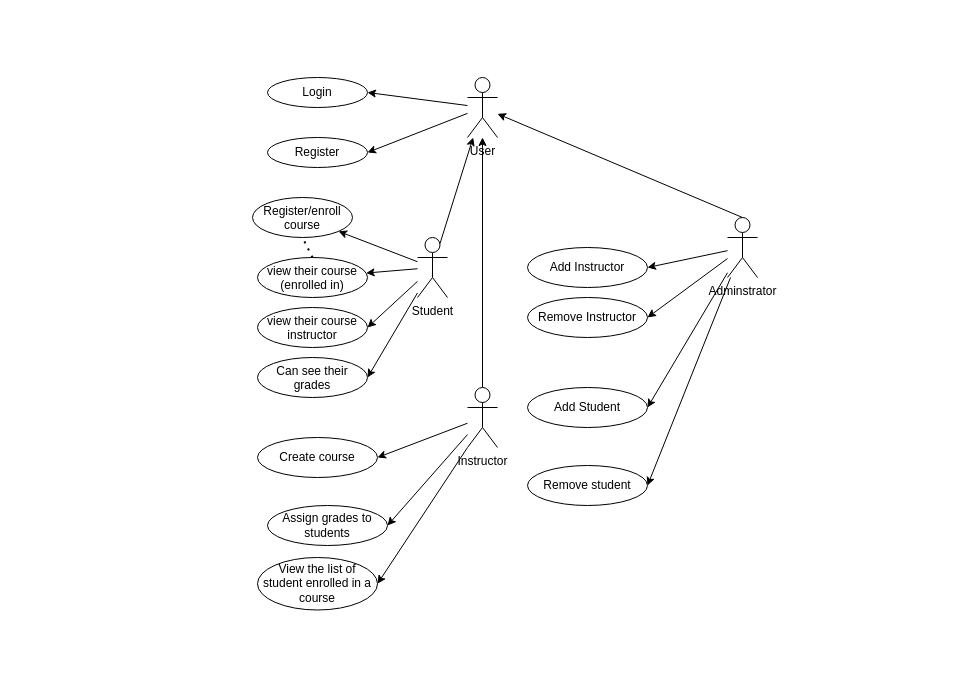
Before: page "Use Case Diagram" (1 of 2) of diagrams_scms.drawio in ifeanyicyriacus/student_course_management_system, a draw.io diagram. Source tidied: cells renumbered, new cells numbered last; positions are measured from the earlier drawing's top-left corner, leaving out a move shared by most shapes. Both pictures are drawn from the tidied source at 100%, with x=0, y=0 at pixel (252, 77).
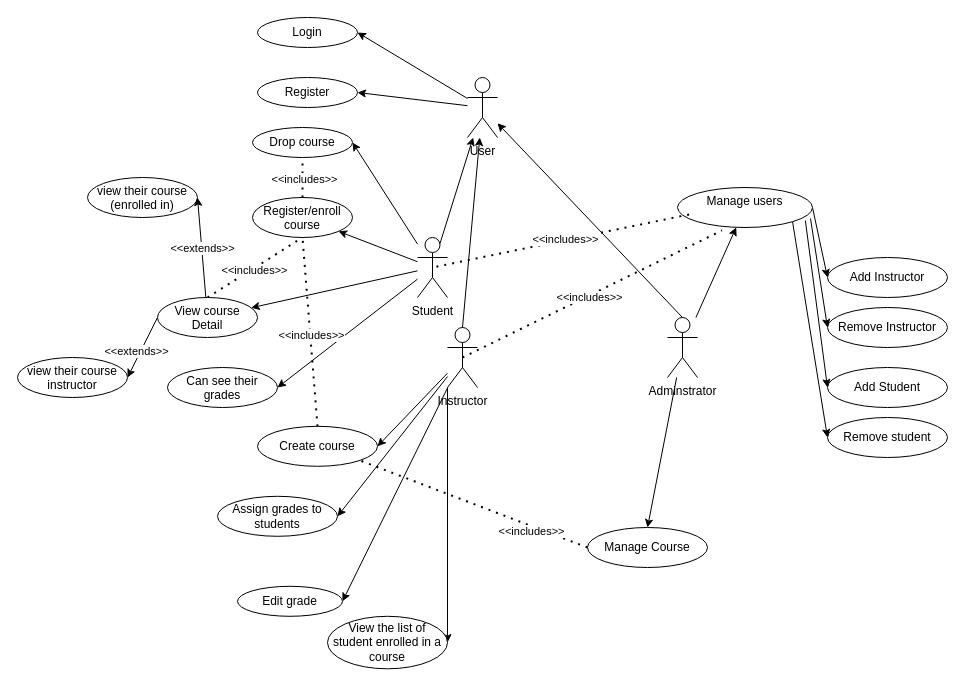
The same page after the edit.

Unchanged cells that the change refers to:
```xml
<mxCell id="12" value="Student" style="shape=umlActor;verticalLabelPosition=bottom;verticalAlign=top;html=1;outlineConnect=0;" parent="1" vertex="1">
  <mxGeometry x="165" y="160" width="30" height="60" as="geometry" />
</mxCell>
<mxCell id="14" value="Register/enroll course" style="ellipse;whiteSpace=wrap;html=1;verticalAlign=top;" parent="1" vertex="1">
  <mxGeometry y="120" width="100" height="40" as="geometry" />
</mxCell>
```

Change to the diagram source:
```diff
@@
+    <mxCell id="36" style="rounded=0;jettySize=auto;html=1;entryX=1;entryY=0.5;entryDx=0;entryDy=0;" parent="1" edge="1" source="6" target="46">
+      <mxGeometry relative="1" as="geometry" />
+    </mxCell>
     <mxCell id="6" value="Instructor" style="shape=umlActor;verticalLabelPosition=bottom;verticalAlign=top;html=1;outlineConnect=0;" parent="1" vertex="1">
-      <mxGeometry x="215" y="310" width="30" height="60" as="geometry" />
+      <mxGeometry x="195" y="250" width="30" height="60" as="geometry" />
     </mxCell>
     <mxCell id="7" value="Login" style="ellipse;whiteSpace=wrap;html=1;" parent="1" vertex="1">
-      <mxGeometry x="15" width="100" height="30" as="geometry" />
+      <mxGeometry x="5" y="-60" width="100" height="30" as="geometry" />
     </mxCell>
     <mxCell id="8" value="Register" style="ellipse;whiteSpace=wrap;html=1;" parent="1" vertex="1">
-      <mxGeometry x="15" y="60" width="100" height="30" as="geometry" />
+      <mxGeometry x="5" width="100" height="30" as="geometry" />
     </mxCell>
@@
-    <mxCell id="11" style="rounded=0;jettySize=auto;html=1;" parent="1" edge="1" source="12" target="15">
-      <mxGeometry relative="1" as="geometry" />
-    </mxCell>
+    <mxCell id="37" style="rounded=0;jettySize=auto;html=1;entryX=1;entryY=0.5;entryDx=0;entryDy=0;" parent="1" edge="1" source="12" target="47">
+      <mxGeometry relative="1" as="geometry" />
+    </mxCell>
@@
     <mxCell id="15" value="view their&lt;span style=&quot;background-color: transparent; color: light-dark(rgb(0, 0, 0), rgb(255, 255, 255));&quot;&gt;&amp;nbsp;course (enrolled in)&lt;/span&gt;" style="ellipse;whiteSpace=wrap;html=1;verticalAlign=top;" parent="1" vertex="1">
-      <mxGeometry x="5" y="180" width="110" height="40" as="geometry" />
+      <mxGeometry x="-165" y="100" width="110" height="40" as="geometry" />
     </mxCell>
-    <mxCell id="16" style="endArrow=none;dashed=1;html=1;dashPattern=1 3;strokeWidth=2;rounded=0;entryX=0.5;entryY=1;entryDx=0;entryDy=0;exitX=0.5;exitY=0;exitDx=0;exitDy=0;" parent="1" edge="1" source="15" target="14">
+    <mxCell id="16" style="endArrow=none;dashed=1;html=1;dashPattern=1 3;strokeWidth=2;rounded=0;entryX=0.5;entryY=1;entryDx=0;entryDy=0;exitX=0.5;exitY=0;exitDx=0;exitDy=0;" parent="1" edge="1" source="45" target="14">
       <mxGeometry relative="1" as="geometry" />
     </mxCell>
+    <mxCell id="38" value="&amp;lt;&amp;lt;includes&amp;gt;&amp;gt;" style="edgeLabel;html=1;align=center;verticalAlign=middle;" parent="16" vertex="1">
+      <mxGeometry x="-0.03" y="-1" relative="1" as="geometry" />
+    </mxCell>
     <mxCell id="17" value="Create course" style="ellipse;whiteSpace=wrap;html=1;" parent="1" vertex="1">
-      <mxGeometry x="5" y="360" width="120" height="40" as="geometry" />
+      <mxGeometry x="5" y="348.8" width="120" height="40" as="geometry" />
     </mxCell>
     <mxCell id="18" value="Assign grades to students" style="ellipse;whiteSpace=wrap;html=1;" parent="1" vertex="1">
-      <mxGeometry x="15" y="428" width="120" height="40" as="geometry" />
+      <mxGeometry x="-35" y="418.8" width="120" height="40" as="geometry" />
     </mxCell>
     <mxCell id="19" value="View the list of student enrolled in a course" style="ellipse;whiteSpace=wrap;html=1;" parent="1" vertex="1">
-      <mxGeometry x="5" y="480" width="120" height="52.5" as="geometry" />
+      <mxGeometry x="75" y="538.8" width="120" height="52.5" as="geometry" />
     </mxCell>
     <mxCell id="20" value="view their&lt;span style=&quot;background-color: transparent; color: light-dark(rgb(0, 0, 0), rgb(255, 255, 255));&quot;&gt;&amp;nbsp;course instructor&lt;/span&gt;" style="ellipse;whiteSpace=wrap;html=1;verticalAlign=top;" parent="1" vertex="1">
-      <mxGeometry x="5" y="230" width="110" height="40" as="geometry" />
+      <mxGeometry x="-235" y="280" width="110" height="40" as="geometry" />
     </mxCell>
@@
-    <mxCell id="22" style="rounded=0;jettySize=auto;html=1;entryX=1;entryY=0.5;entryDx=0;entryDy=0;" parent="1" edge="1" source="12" target="20">
+    <mxCell id="22" style="rounded=0;jettySize=auto;html=1;entryX=1;entryY=0.5;entryDx=0;entryDy=0;exitX=0;exitY=0.5;exitDx=0;exitDy=0;" parent="1" edge="1" source="45" target="20">
       <mxGeometry relative="1" as="geometry" />
     </mxCell>
+    <mxCell id="39" value="&amp;lt;&amp;lt;extends&amp;gt;&amp;gt;" style="edgeLabel;html=1;align=center;verticalAlign=middle;" parent="22" vertex="1">
+      <mxGeometry x="0.2" y="-4" relative="1" as="geometry" />
+    </mxCell>
     <mxCell id="23" value="Can see their grades" style="ellipse;whiteSpace=wrap;html=1;verticalAlign=top;" parent="1" vertex="1">
-      <mxGeometry x="5" y="280" width="110" height="40" as="geometry" />
+      <mxGeometry x="-85" y="290" width="110" height="40" as="geometry" />
     </mxCell>
@@
+    <mxCell id="40" style="rounded=0;jettySize=auto;html=1;entryX=0.5;entryY=0;entryDx=0;entryDy=0;" parent="1" edge="1" source="26" target="48">
+      <mxGeometry relative="1" as="geometry" />
+    </mxCell>
+    <mxCell id="41" style="rounded=0;jettySize=auto;html=1;" parent="1" edge="1" source="26" target="53">
+      <mxGeometry relative="1" as="geometry" />
+    </mxCell>
     <mxCell id="26" value="Adminstrator" style="shape=umlActor;verticalLabelPosition=bottom;verticalAlign=top;html=1;outlineConnect=0;" parent="1" vertex="1">
-      <mxGeometry x="475" y="140" width="30" height="60" as="geometry" />
+      <mxGeometry x="415" y="240" width="30" height="60" as="geometry" />
     </mxCell>
@@
     <mxCell id="28" value="Add Instructor" style="ellipse;whiteSpace=wrap;html=1;" parent="1" vertex="1">
-      <mxGeometry x="275" y="170" width="120" height="40" as="geometry" />
+      <mxGeometry x="575" y="180" width="120" height="40" as="geometry" />
     </mxCell>
     <mxCell id="29" value="Add Student" style="ellipse;whiteSpace=wrap;html=1;" parent="1" vertex="1">
-      <mxGeometry x="275" y="310" width="120" height="40" as="geometry" />
+      <mxGeometry x="575" y="290" width="120" height="40" as="geometry" />
     </mxCell>
     <mxCell id="30" value="Remove Instructor" style="ellipse;whiteSpace=wrap;html=1;" parent="1" vertex="1">
-      <mxGeometry x="275" y="220" width="120" height="40" as="geometry" />
+      <mxGeometry x="575" y="230" width="120" height="40" as="geometry" />
     </mxCell>
     <mxCell id="31" value="Remove student" style="ellipse;whiteSpace=wrap;html=1;" parent="1" vertex="1">
-      <mxGeometry x="275" y="388" width="120" height="40" as="geometry" />
+      <mxGeometry x="575" y="340" width="120" height="40" as="geometry" />
     </mxCell>
-    <mxCell id="32" style="rounded=0;jettySize=auto;html=1;entryX=1;entryY=0.5;entryDx=0;entryDy=0;" parent="1" edge="1" source="26" target="29">
+    <mxCell id="32" style="rounded=0;jettySize=auto;html=1;entryX=0;entryY=0.5;entryDx=0;entryDy=0;exitX=0.947;exitY=0.825;exitDx=0;exitDy=0;exitPerimeter=0;" parent="1" edge="1" source="53" target="29">
       <mxGeometry relative="1" as="geometry" />
     </mxCell>
-    <mxCell id="33" style="rounded=0;jettySize=auto;html=1;entryX=1;entryY=0.5;entryDx=0;entryDy=0;" parent="1" edge="1" source="26" target="30">
+    <mxCell id="33" style="rounded=0;jettySize=auto;html=1;entryX=0;entryY=0.5;entryDx=0;entryDy=0;exitX=0.985;exitY=0.775;exitDx=0;exitDy=0;exitPerimeter=0;" parent="1" edge="1" source="53" target="30">
       <mxGeometry relative="1" as="geometry" />
     </mxCell>
-    <mxCell id="34" style="rounded=0;jettySize=auto;html=1;entryX=1;entryY=0.5;entryDx=0;entryDy=0;" parent="1" edge="1" source="26" target="28">
+    <mxCell id="34" style="rounded=0;jettySize=auto;html=1;entryX=0;entryY=0.5;entryDx=0;entryDy=0;exitX=1;exitY=0.5;exitDx=0;exitDy=0;" parent="1" edge="1" source="53" target="28">
       <mxGeometry relative="1" as="geometry" />
     </mxCell>
-    <mxCell id="35" style="rounded=0;jettySize=auto;html=1;entryX=1;entryY=0.5;entryDx=0;entryDy=0;" parent="1" edge="1" source="26" target="31">
+    <mxCell id="35" style="rounded=0;jettySize=auto;html=1;entryX=0;entryY=0.5;entryDx=0;entryDy=0;exitX=1;exitY=1;exitDx=0;exitDy=0;" parent="1" edge="1" source="53" target="31">
       <mxGeometry relative="1" as="geometry" />
     </mxCell>
+    <mxCell id="42" style="rounded=0;jettySize=auto;html=1;" parent="1" edge="1" source="12" target="45">
+      <mxGeometry relative="1" as="geometry" />
+    </mxCell>
+    <mxCell id="43" style="rounded=0;jettySize=auto;html=1;entryX=1;entryY=0.5;entryDx=0;entryDy=0;" parent="1" edge="1" source="45" target="15">
+      <mxGeometry relative="1" as="geometry" />
+    </mxCell>
+    <mxCell id="44" value="&amp;lt;&amp;lt;extends&amp;gt;&amp;gt;" style="edgeLabel;html=1;align=center;verticalAlign=middle;" parent="43" vertex="1">
+      <mxGeometry x="-0.01" relative="1" as="geometry" />
+    </mxCell>
+    <mxCell id="45" value="View course Detail" style="ellipse;whiteSpace=wrap;html=1;verticalAlign=top;" parent="1" vertex="1">
+      <mxGeometry x="-95" y="220" width="100" height="40" as="geometry" />
+    </mxCell>
+    <mxCell id="46" value="Edit grade" style="ellipse;whiteSpace=wrap;html=1;" parent="1" vertex="1">
+      <mxGeometry x="-15" y="508.8" width="105" height="30" as="geometry" />
+    </mxCell>
+    <mxCell id="47" value="Drop course" style="ellipse;whiteSpace=wrap;html=1;" parent="1" vertex="1">
+      <mxGeometry y="50" width="100" height="30" as="geometry" />
+    </mxCell>
+    <mxCell id="48" value="Manage Course" style="ellipse;whiteSpace=wrap;html=1;" parent="1" vertex="1">
+      <mxGeometry x="335" y="450" width="120" height="40" as="geometry" />
+    </mxCell>
+    <mxCell id="49" style="endArrow=none;dashed=1;html=1;dashPattern=1 3;strokeWidth=2;rounded=0;entryX=0.5;entryY=1;entryDx=0;entryDy=0;" parent="1" edge="1" source="14" target="47">
+      <mxGeometry relative="1" as="geometry" />
+    </mxCell>
+    <mxCell id="50" value="&amp;lt;&amp;lt;includes&amp;gt;&amp;gt;" style="edgeLabel;html=1;align=center;verticalAlign=middle;" parent="49" vertex="1">
+      <mxGeometry x="-0.03" y="-1" relative="1" as="geometry" />
+    </mxCell>
+    <mxCell id="51" style="endArrow=none;dashed=1;html=1;dashPattern=1 3;strokeWidth=2;rounded=0;entryX=0.5;entryY=1;entryDx=0;entryDy=0;exitX=0.5;exitY=0;exitDx=0;exitDy=0;" parent="1" edge="1" source="17" target="14">
+      <mxGeometry relative="1" as="geometry" />
+    </mxCell>
+    <mxCell id="52" value="&amp;lt;&amp;lt;includes&amp;gt;&amp;gt;" style="edgeLabel;html=1;align=center;verticalAlign=middle;" parent="51" vertex="1">
+      <mxGeometry x="-0.03" y="-1" relative="1" as="geometry" />
+    </mxCell>
+    <mxCell id="53" value="Manage users" style="ellipse;whiteSpace=wrap;html=1;verticalAlign=top;" parent="1" vertex="1">
+      <mxGeometry x="425" y="110" width="135" height="40" as="geometry" />
+    </mxCell>
+    <mxCell id="54" style="endArrow=none;dashed=1;html=1;dashPattern=1 3;strokeWidth=2;rounded=0;entryX=0.329;entryY=1.075;entryDx=0;entryDy=0;exitX=0.5;exitY=0.5;exitDx=0;exitDy=0;entryPerimeter=0;exitPerimeter=0;" parent="1" edge="1" source="6" target="53">
+      <mxGeometry relative="1" as="geometry" />
+    </mxCell>
+    <mxCell id="55" value="&amp;lt;&amp;lt;includes&amp;gt;&amp;gt;" style="edgeLabel;html=1;align=center;verticalAlign=middle;" parent="54" vertex="1">
+      <mxGeometry x="-0.03" y="-1" relative="1" as="geometry" />
+    </mxCell>
+    <mxCell id="56" style="endArrow=none;dashed=1;html=1;dashPattern=1 3;strokeWidth=2;rounded=0;entryX=0.5;entryY=0.5;entryDx=0;entryDy=0;exitX=0.086;exitY=0.675;exitDx=0;exitDy=0;entryPerimeter=0;exitPerimeter=0;" parent="1" edge="1" source="53" target="12">
+      <mxGeometry relative="1" as="geometry" />
+    </mxCell>
+    <mxCell id="57" value="&amp;lt;&amp;lt;includes&amp;gt;&amp;gt;" style="edgeLabel;html=1;align=center;verticalAlign=middle;" parent="56" vertex="1">
+      <mxGeometry x="-0.03" y="-1" relative="1" as="geometry" />
+    </mxCell>
+    <mxCell id="58" style="endArrow=none;dashed=1;html=1;dashPattern=1 3;strokeWidth=2;rounded=0;entryX=1;entryY=1;entryDx=0;entryDy=0;exitX=0;exitY=0.5;exitDx=0;exitDy=0;" parent="1" edge="1" source="48" target="17">
+      <mxGeometry relative="1" as="geometry" />
+    </mxCell>
+    <mxCell id="59" value="&amp;lt;&amp;lt;includes&amp;gt;&amp;gt;" style="edgeLabel;html=1;align=center;verticalAlign=middle;" parent="58" vertex="1">
+      <mxGeometry x="-0.03" y="-1" relative="1" as="geometry">
+        <mxPoint x="53" y="27" as="offset" />
+      </mxGeometry>
+    </mxCell>
```
